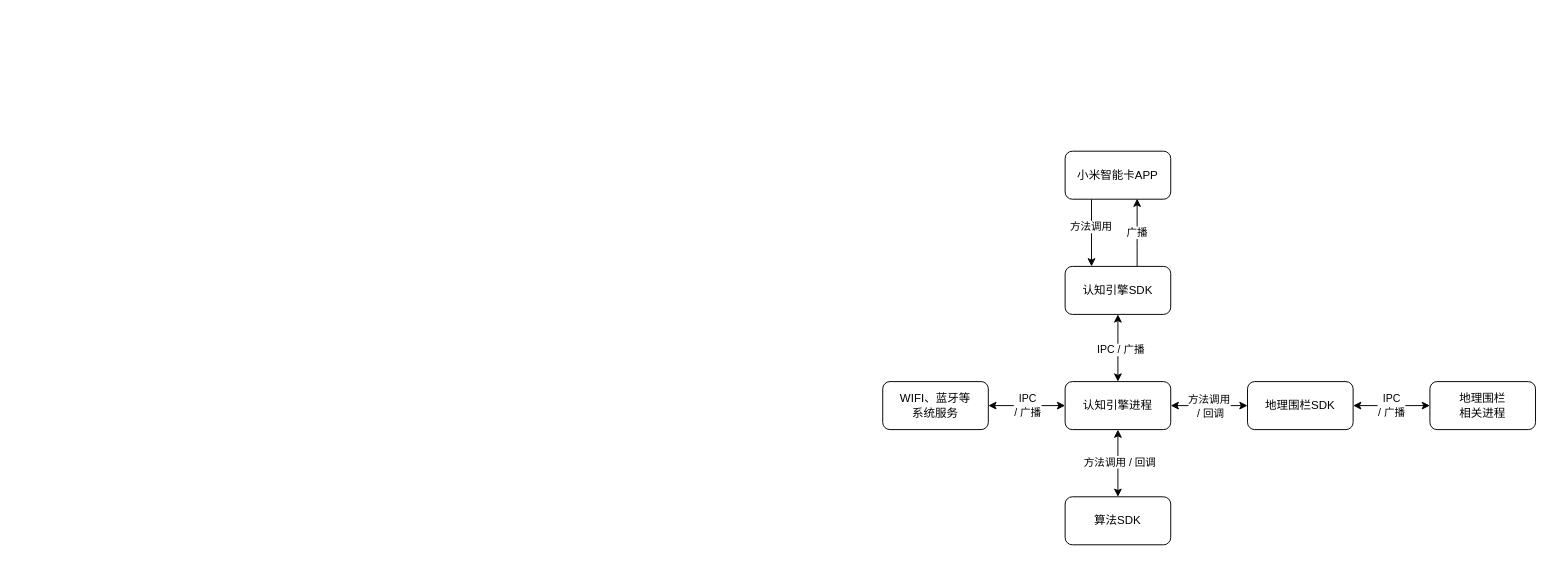
Above: aipickcard.drawio in Sylvilagus/sylvan_osc (draw.io), before the change. Source tidied: cells renumbered, new cells numbered last; positions are measured from the earlier drawing's top-left corner, leaving out a move shared by most shapes. Both pictures are drawn from the tidied source at 96%, with x=0, y=0 at pixel (882, 151).
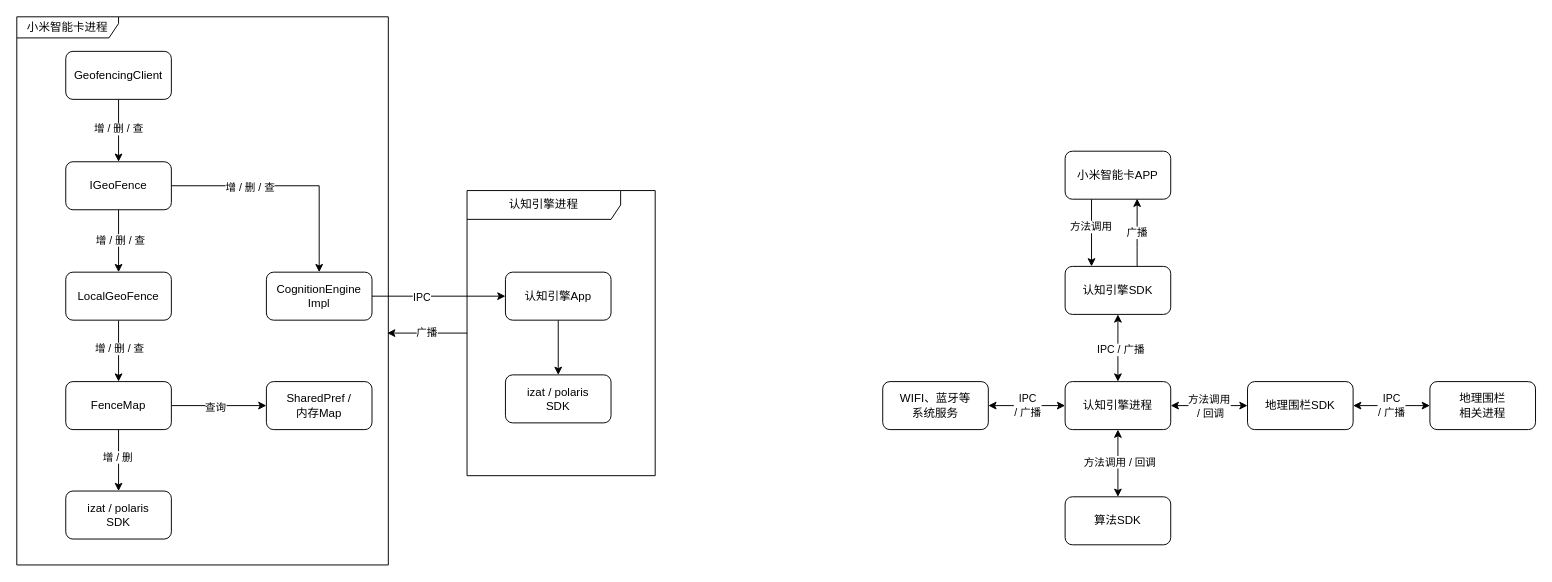
The same page after the edit.

Change to the diagram source:
```diff
@@
+    <mxCell id="21" style="edgeStyle=orthogonalEdgeStyle;rounded=0;jettySize=auto;html=1;entryX=0.5;entryY=0;entryDx=0;entryDy=0;" parent="1" edge="1" source="23" target="28">
+      <mxGeometry relative="1" as="geometry" />
+    </mxCell>
+    <mxCell id="22" value="增 / 删 / 查" style="edgeLabel;html=1;align=center;verticalAlign=middle;" parent="21" vertex="1">
+      <mxGeometry x="-0.08" y="-1" relative="1" as="geometry" />
+    </mxCell>
+    <mxCell id="23" value="GeofencingClient" style="rounded=1;whiteSpace=wrap;html=1;" parent="1" vertex="1">
+      <mxGeometry x="-851" y="-104" width="110" height="50" as="geometry" />
+    </mxCell>
+    <mxCell id="24" style="edgeStyle=orthogonalEdgeStyle;rounded=0;jettySize=auto;html=1;" parent="1" edge="1" source="28" target="31">
+      <mxGeometry relative="1" as="geometry" />
+    </mxCell>
+    <mxCell id="25" value="增 / 删 / 查" style="edgeLabel;html=1;align=center;verticalAlign=middle;" parent="24" vertex="1">
+      <mxGeometry x="-0.06" y="1" relative="1" as="geometry" />
+    </mxCell>
+    <mxCell id="26" style="edgeStyle=orthogonalEdgeStyle;rounded=0;jettySize=auto;html=1;" parent="1" edge="1" source="28" target="39">
+      <mxGeometry relative="1" as="geometry" />
+    </mxCell>
+    <mxCell id="27" value="增 / 删 / 查" style="edgeLabel;html=1;align=center;verticalAlign=middle;" parent="26" vertex="1">
+      <mxGeometry x="-0.34" relative="1" as="geometry">
+        <mxPoint y="1" as="offset" />
+      </mxGeometry>
+    </mxCell>
+    <mxCell id="28" value="IGeoFence" style="rounded=1;whiteSpace=wrap;html=1;" parent="1" vertex="1">
+      <mxGeometry x="-851" y="11" width="110" height="50" as="geometry" />
+    </mxCell>
+    <mxCell id="29" style="edgeStyle=orthogonalEdgeStyle;rounded=0;jettySize=auto;html=1;" parent="1" edge="1" source="31" target="36">
+      <mxGeometry relative="1" as="geometry" />
+    </mxCell>
+    <mxCell id="30" value="增 / 删 / 查" style="edgeLabel;html=1;align=center;verticalAlign=middle;" parent="29" vertex="1">
+      <mxGeometry x="-0.11" relative="1" as="geometry">
+        <mxPoint y="1" as="offset" />
+      </mxGeometry>
+    </mxCell>
+    <mxCell id="31" value="LocalGeoFence" style="rounded=1;whiteSpace=wrap;html=1;" parent="1" vertex="1">
+      <mxGeometry x="-851" y="126" width="110" height="50" as="geometry" />
+    </mxCell>
+    <mxCell id="32" style="edgeStyle=orthogonalEdgeStyle;rounded=0;jettySize=auto;html=1;entryX=0.5;entryY=0;entryDx=0;entryDy=0;" parent="1" edge="1" source="36" target="40">
+      <mxGeometry relative="1" as="geometry" />
+    </mxCell>
+    <mxCell id="33" value="增 / 删" style="edgeLabel;html=1;align=center;verticalAlign=middle;" parent="32" vertex="1">
+      <mxGeometry x="-0.17" y="-2" relative="1" as="geometry">
+        <mxPoint y="1" as="offset" />
+      </mxGeometry>
+    </mxCell>
+    <mxCell id="34" style="edgeStyle=orthogonalEdgeStyle;rounded=0;jettySize=auto;html=1;entryX=0;entryY=0.5;entryDx=0;entryDy=0;" parent="1" edge="1" source="36" target="45">
+      <mxGeometry relative="1" as="geometry" />
+    </mxCell>
+    <mxCell id="35" value="查询" style="edgeLabel;html=1;align=center;verticalAlign=middle;" parent="34" vertex="1">
+      <mxGeometry x="-0.09" relative="1" as="geometry">
+        <mxPoint y="1" as="offset" />
+      </mxGeometry>
+    </mxCell>
+    <mxCell id="36" value="FenceMap" style="rounded=1;whiteSpace=wrap;html=1;" parent="1" vertex="1">
+      <mxGeometry x="-851" y="240" width="110" height="50" as="geometry" />
+    </mxCell>
+    <mxCell id="37" style="edgeStyle=orthogonalEdgeStyle;rounded=0;jettySize=auto;html=1;" parent="1" edge="1" source="39" target="42">
+      <mxGeometry relative="1" as="geometry" />
+    </mxCell>
+    <mxCell id="38" value="IPC" style="edgeLabel;html=1;align=center;verticalAlign=middle;" parent="37" vertex="1">
+      <mxGeometry x="-0.27" relative="1" as="geometry">
+        <mxPoint y="1" as="offset" />
+      </mxGeometry>
+    </mxCell>
+    <mxCell id="39" value="CognitionEngine&lt;br&gt;Impl" style="rounded=1;whiteSpace=wrap;html=1;" parent="1" vertex="1">
+      <mxGeometry x="-642" y="126" width="110" height="50" as="geometry" />
+    </mxCell>
+    <mxCell id="40" value="izat / polaris&lt;br&gt;SDK" style="rounded=1;whiteSpace=wrap;html=1;" parent="1" vertex="1">
+      <mxGeometry x="-851" y="354" width="110" height="50" as="geometry" />
+    </mxCell>
+    <mxCell id="41" style="edgeStyle=orthogonalEdgeStyle;rounded=0;jettySize=auto;html=1;entryX=0.5;entryY=0;entryDx=0;entryDy=0;" parent="1" edge="1" source="42" target="43">
+      <mxGeometry relative="1" as="geometry" />
+    </mxCell>
+    <mxCell id="42" value="认知引擎App" style="rounded=1;whiteSpace=wrap;html=1;" parent="1" vertex="1">
+      <mxGeometry x="-393" y="126" width="110" height="50" as="geometry" />
+    </mxCell>
+    <mxCell id="43" value="izat / polaris&lt;br&gt;SDK" style="rounded=1;whiteSpace=wrap;html=1;" parent="1" vertex="1">
+      <mxGeometry x="-393" y="233" width="110" height="50" as="geometry" />
+    </mxCell>
+    <mxCell id="44" value="小米智能卡进程" style="shape=umlFrame;whiteSpace=wrap;html=1;width=106;height=22;" parent="1" vertex="1">
+      <mxGeometry x="-902" y="-140" width="387" height="571" as="geometry" />
+    </mxCell>
+    <mxCell id="45" value="SharedPref /&lt;br&gt;内存Map" style="rounded=1;whiteSpace=wrap;html=1;" parent="44" vertex="1">
+      <mxGeometry x="260" y="380" width="110" height="50" as="geometry" />
+    </mxCell>
+    <mxCell id="46" value="广播" style="edgeStyle=orthogonalEdgeStyle;rounded=0;jettySize=auto;html=1;entryX=0.997;entryY=0.577;entryDx=0;entryDy=0;entryPerimeter=0;" parent="1" edge="1" source="47" target="44">
+      <mxGeometry relative="1" as="geometry" />
+    </mxCell>
+    <mxCell id="47" value="认知引擎进程" style="shape=umlFrame;whiteSpace=wrap;html=1;width=160;" parent="1" vertex="1">
+      <mxGeometry x="-433" y="41" width="196" height="297" as="geometry" />
+    </mxCell>
```
